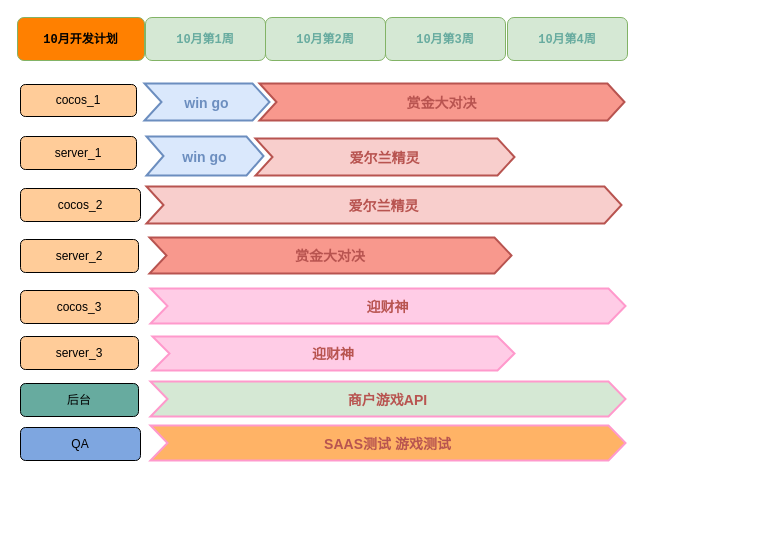
Before: 10月计划.drawio in iteevohe/images, a draw.io diagram. Source tidied: cells renumbered, new cells numbered last; positions are measured from the earlier drawing's top-left corner, leaving out a move shared by most shapes. Both pictures are drawn from the tidied source at 100%, with x=0, y=0 at pixel (17, 17).
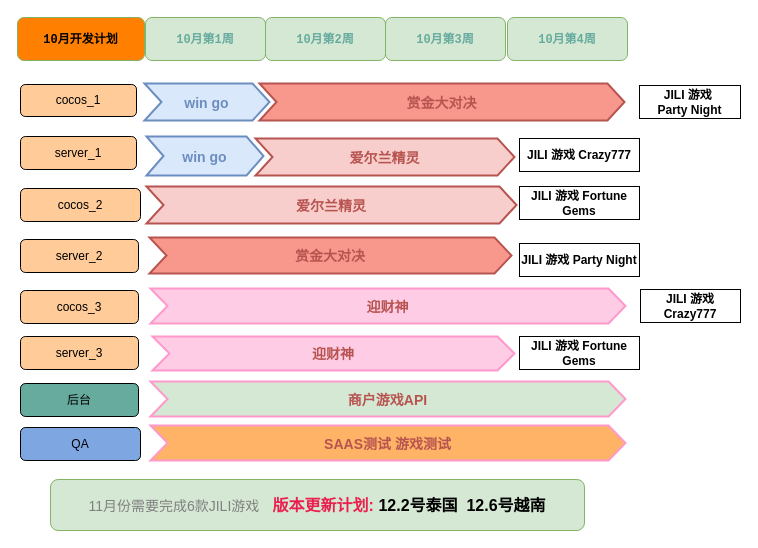
After the change.

Commit message:
更新10月计划.drawio

Change to the diagram source:
```diff
@@
     <mxCell id="15" value="爱尔兰精灵" style="shape=step;perimeter=stepPerimeter;strokeColor=#B85450;fontFamily=Helvetica;fontSize=14;fontColor=#B85450;fillColor=#f8cecc;fixedSize=1;size=17;fontStyle=1;strokeWidth=2;spacingTop=0;" parent="1" vertex="1">
-      <mxGeometry x="129" y="169" width="475" height="37" as="geometry" />
+      <mxGeometry x="129" y="169" width="370" height="37" as="geometry" />
     </mxCell>
@@
+    <mxCell id="26" value="&lt;b&gt;JILI 游戏 Crazy777&lt;/b&gt;" style="rounded=0;whiteSpace=wrap;html=1;" parent="1" vertex="1">
+      <mxGeometry x="502" y="121" width="120" height="33" as="geometry" />
+    </mxCell>
+    <mxCell id="27" value="&lt;b&gt;JILI 游戏&amp;nbsp;Fortune Gems&lt;/b&gt;" style="rounded=0;whiteSpace=wrap;html=1;" parent="1" vertex="1">
+      <mxGeometry x="502" y="169" width="120" height="33" as="geometry" />
+    </mxCell>
+    <mxCell id="28" value="&lt;b&gt;JILI 游戏&amp;nbsp;Party Night&lt;/b&gt;" style="rounded=0;whiteSpace=wrap;html=1;" parent="1" vertex="1">
+      <mxGeometry x="502" y="226" width="120" height="33" as="geometry" />
+    </mxCell>
+    <mxCell id="29" value="&lt;b&gt;JILI 游戏&amp;nbsp;&lt;/b&gt;&lt;b&gt;Fortune Gems&lt;/b&gt;" style="rounded=0;whiteSpace=wrap;html=1;" parent="1" vertex="1">
+      <mxGeometry x="502" y="319" width="120" height="33" as="geometry" />
+    </mxCell>
+    <mxCell id="30" value="&lt;font style=&quot;&quot;&gt;&lt;font style=&quot;font-size: 14px;&quot; color=&quot;#808080&quot;&gt;11月份需要完成6款JILI游戏&lt;/font&gt;&lt;b style=&quot;font-size: 16px; color: rgb(234, 33, 80);&quot;&gt;&amp;nbsp; &amp;nbsp;版本更新计划:&amp;nbsp;&lt;/b&gt;&lt;/font&gt;&lt;b style=&quot;font-size: 16px;&quot;&gt;12.2号泰国&amp;nbsp; 12.6号越南&lt;/b&gt;" style="rounded=1;whiteSpace=wrap;html=1;fillColor=#d5e8d4;strokeColor=#82b366;" parent="1" vertex="1">
+      <mxGeometry x="33" y="462" width="534" height="51" as="geometry" />
+    </mxCell>
+    <mxCell id="31" value="&lt;b&gt;JILI 游戏&amp;nbsp;&lt;/b&gt;&lt;div&gt;&lt;b&gt;Party Night&lt;/b&gt;&lt;/div&gt;" style="rounded=0;whiteSpace=wrap;html=1;" parent="1" vertex="1">
+      <mxGeometry x="622" y="68" width="101" height="33" as="geometry" />
+    </mxCell>
+    <mxCell id="32" value="&lt;b&gt;JILI 游戏 Crazy777&lt;/b&gt;" style="rounded=0;whiteSpace=wrap;html=1;" parent="1" vertex="1">
+      <mxGeometry x="623" y="272" width="100" height="33" as="geometry" />
+    </mxCell>
```
